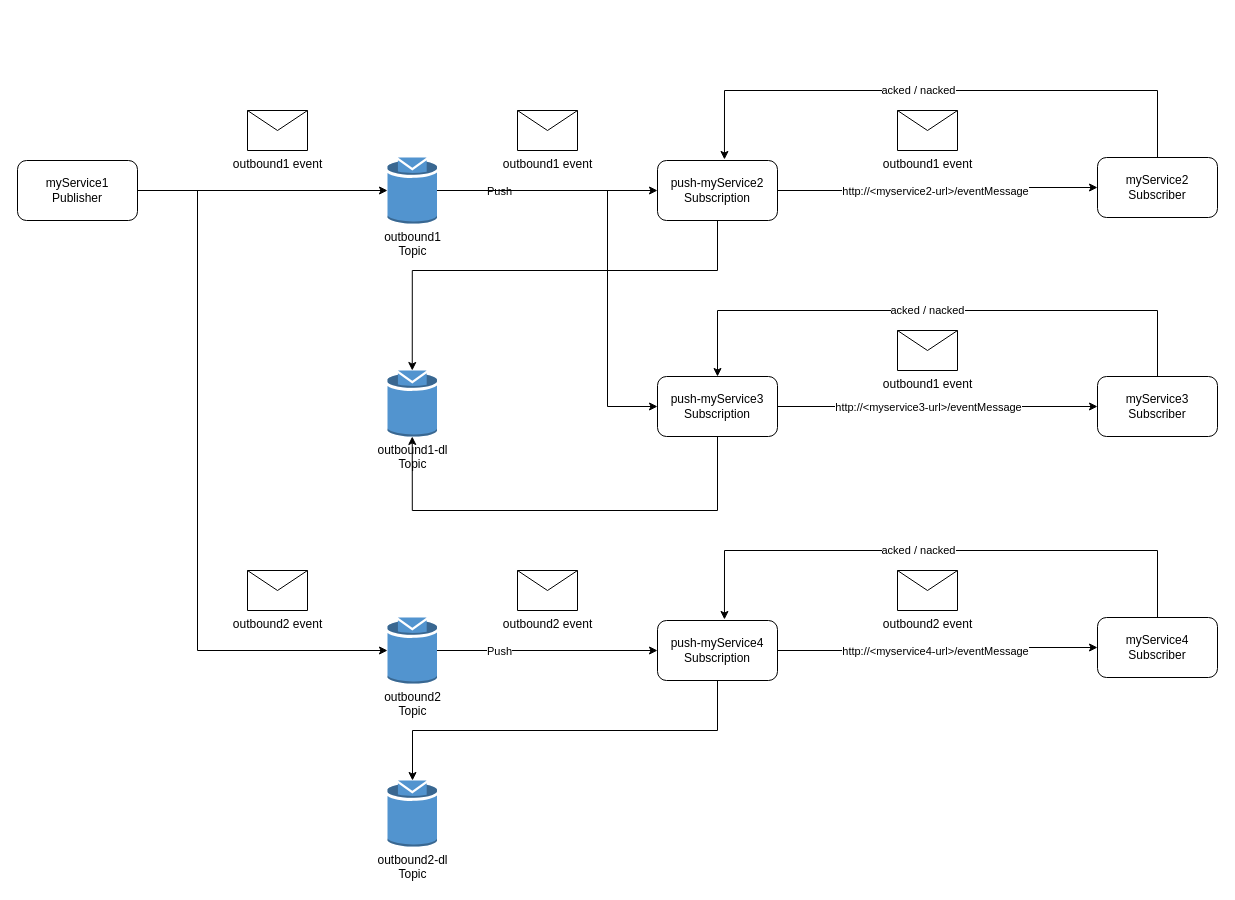
This is eventmessage-flow.drawio from lenny-osp/pubsub-workflow, a draw.io file, before an edit. Source tidied: cells renumbered, new cells numbered last; positions are measured from the earlier drawing's top-left corner, leaving out a move shared by most shapes. Both pictures are drawn from the tidied source at 100%, with x=0, y=0 at pixel (17, 90).
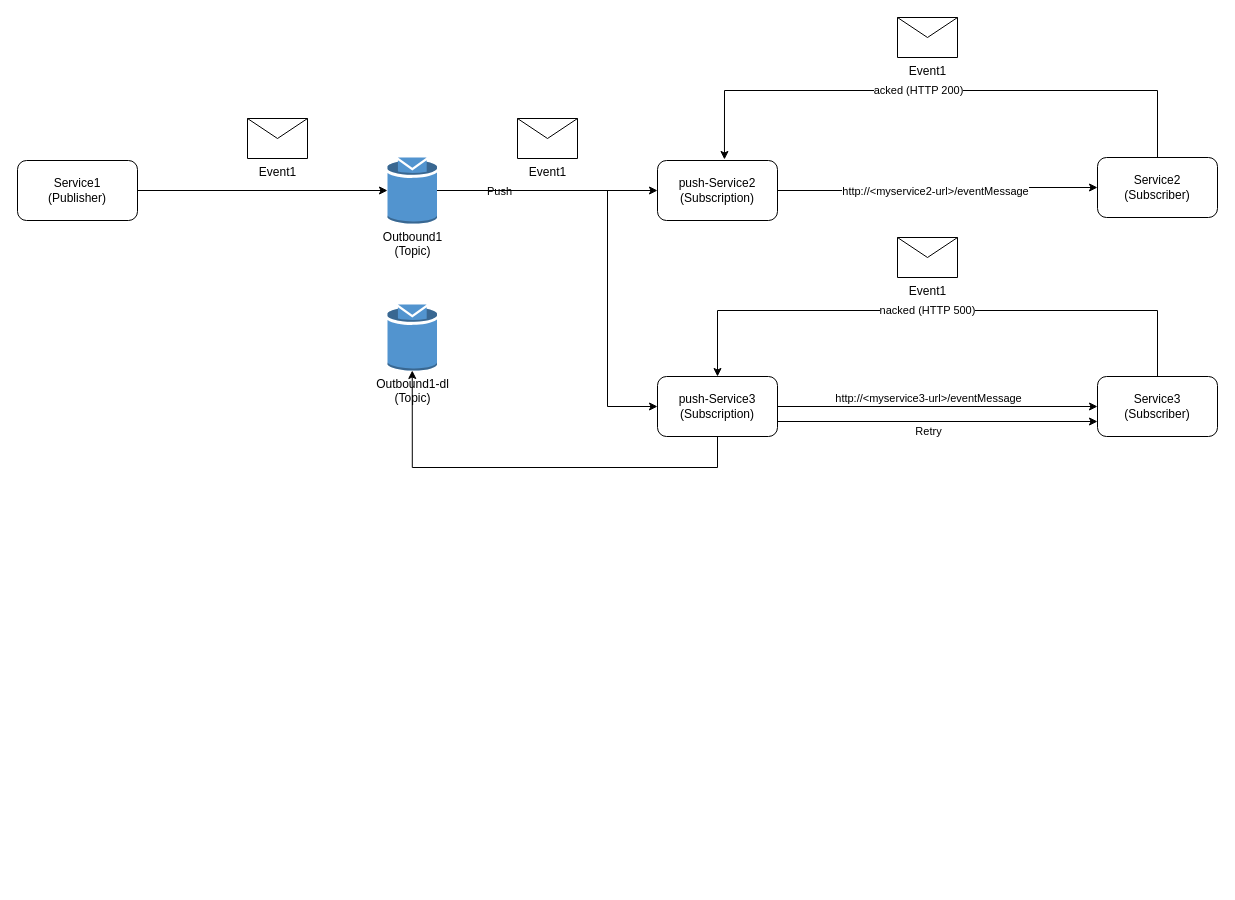
After the change.

Commit message (it also covers changes not shown here):
Added error-handling flow

Unchanged cells that the change refers to:
```xml
<mxCell id="15" style="edgeStyle=orthogonalEdgeStyle;rounded=0;jettySize=auto;html=1;entryX=0.558;entryY=-0.017;entryDx=0;entryDy=0;entryPerimeter=0;" parent="1" edge="1" source="13" target="11">
  <mxGeometry relative="1" as="geometry">
    <Array as="points">
      <mxPoint x="1140" />
      <mxPoint x="707" />
    </Array>
  </mxGeometry>
</mxCell>
<mxCell id="19" style="edgeStyle=orthogonalEdgeStyle;rounded=0;jettySize=auto;html=1;" parent="1" edge="1" source="21" target="24">
  <mxGeometry relative="1" as="geometry" />
</mxCell>
<mxCell id="22" style="edgeStyle=orthogonalEdgeStyle;rounded=0;jettySize=auto;html=1;entryX=0.5;entryY=0;entryDx=0;entryDy=0;" parent="1" edge="1" source="24" target="21">
  <mxGeometry relative="1" as="geometry">
    <Array as="points">
      <mxPoint x="1140" y="220" />
      <mxPoint x="700" y="220" />
    </Array>
  </mxGeometry>
</mxCell>
```

What changed in the source:
```diff
@@
-    <mxCell id="2" value="myService1&lt;br&gt;Publisher" style="rounded=1;whiteSpace=wrap;html=1;" parent="1" vertex="1">
+    <mxCell id="2" value="Service1&lt;br&gt;(Publisher)" style="rounded=1;whiteSpace=wrap;html=1;" parent="1" vertex="1">
       <mxGeometry y="70" width="120" height="60" as="geometry" />
     </mxCell>
@@
-    <mxCell id="6" value="outbound1&lt;br&gt;Topic" style="outlineConnect=0;dashed=0;verticalLabelPosition=bottom;verticalAlign=top;align=center;html=1;shape=mxgraph.aws3.topic;fillColor=#5294CF;gradientColor=none;" parent="1" vertex="1">
+    <mxCell id="6" value="Outbound1&lt;br&gt;(Topic)" style="outlineConnect=0;dashed=0;verticalLabelPosition=bottom;verticalAlign=top;align=center;html=1;shape=mxgraph.aws3.topic;fillColor=#5294CF;gradientColor=none;" parent="1" vertex="1">
       <mxGeometry x="370" y="67" width="49.5" height="66" as="geometry" />
     </mxCell>
@@
-    <mxCell id="8" value="outbound1 event" style="shape=message;html=1;html=1;labelPosition=center;verticalLabelPosition=bottom;align=center;verticalAlign=top;" parent="1" vertex="1">
-      <mxGeometry x="230" y="20" width="60" height="40" as="geometry" />
+    <mxCell id="8" value="Event1" style="shape=message;html=1;html=1;labelPosition=center;verticalLabelPosition=bottom;align=center;verticalAlign=top;" parent="1" vertex="1">
+      <mxGeometry x="230" y="28" width="60" height="40" as="geometry" />
     </mxCell>
@@
-    <mxCell id="11" value="push-myService2&lt;br&gt;Subscription" style="rounded=1;whiteSpace=wrap;html=1;" parent="1" vertex="1">
+    <mxCell id="11" value="push-Service2&lt;br&gt;(Subscription)" style="rounded=1;whiteSpace=wrap;html=1;" parent="1" vertex="1">
       <mxGeometry x="640" y="70" width="120" height="60" as="geometry" />
     </mxCell>
-    <mxCell id="12" value="outbound1 event" style="shape=message;html=1;html=1;labelPosition=center;verticalLabelPosition=bottom;align=center;verticalAlign=top;" parent="1" vertex="1">
-      <mxGeometry x="500" y="20" width="60" height="40" as="geometry" />
+    <mxCell id="12" value="Event1" style="shape=message;html=1;html=1;labelPosition=center;verticalLabelPosition=bottom;align=center;verticalAlign=top;" parent="1" vertex="1">
+      <mxGeometry x="500" y="28" width="60" height="40" as="geometry" />
     </mxCell>
-    <mxCell id="13" value="myService2&lt;br&gt;Subscriber" style="rounded=1;whiteSpace=wrap;html=1;" parent="1" vertex="1">
+    <mxCell id="13" value="Service2&lt;br&gt;(Subscriber)" style="rounded=1;whiteSpace=wrap;html=1;" parent="1" vertex="1">
       <mxGeometry x="1080" y="67" width="120" height="60" as="geometry" />
     </mxCell>
-    <mxCell id="14" value="outbound1 event" style="shape=message;html=1;html=1;labelPosition=center;verticalLabelPosition=bottom;align=center;verticalAlign=top;" parent="1" vertex="1">
-      <mxGeometry x="880" y="20" width="60" height="40" as="geometry" />
+    <mxCell id="14" value="Event1" style="shape=message;html=1;html=1;labelPosition=center;verticalLabelPosition=bottom;align=center;verticalAlign=top;" parent="1" vertex="1">
+      <mxGeometry x="880" y="-73" width="60" height="40" as="geometry" />
     </mxCell>
@@
-    <mxCell id="16" value="acked /&amp;nbsp;nacked" style="edgeLabel;html=1;align=center;verticalAlign=middle;" parent="15" vertex="1">
+    <mxCell id="16" value="acked (HTTP 200)" style="edgeLabel;html=1;align=center;verticalAlign=middle;" parent="15" vertex="1">
       <mxGeometry x="-0.12" y="-1" relative="1" as="geometry">
         <mxPoint x="-57" as="offset" />
       </mxGeometry>
     </mxCell>
-    <mxCell id="17" value="outbound1-dl&lt;br&gt;Topic" style="outlineConnect=0;dashed=0;verticalLabelPosition=bottom;verticalAlign=top;align=center;html=1;shape=mxgraph.aws3.topic;fillColor=#5294CF;gradientColor=none;" parent="1" vertex="1">
-      <mxGeometry x="370" y="280" width="49.5" height="66" as="geometry" />
-    </mxCell>
-    <mxCell id="18" style="edgeStyle=orthogonalEdgeStyle;rounded=0;jettySize=auto;html=1;entryX=0.5;entryY=0;entryDx=0;entryDy=0;entryPerimeter=0;exitX=0.5;exitY=1;exitDx=0;exitDy=0;" parent="1" edge="1" source="11" target="17">
-      <mxGeometry relative="1" as="geometry">
-        <Array as="points">
-          <mxPoint x="700" y="180" />
-          <mxPoint x="395" y="180" />
-        </Array>
-      </mxGeometry>
-    </mxCell>
@@
     <mxCell id="20" value="http://&amp;lt;myservice3-url&amp;gt;/eventMessage" style="edgeLabel;html=1;align=center;verticalAlign=middle;" parent="19" vertex="1">
       <mxGeometry x="-0.22" y="3" relative="1" as="geometry">
-        <mxPoint x="25" y="3" as="offset" />
+        <mxPoint x="25" y="-6" as="offset" />
       </mxGeometry>
     </mxCell>
+    <mxCell id="42" style="edgeStyle=orthogonalEdgeStyle;rounded=0;jettySize=auto;html=1;exitX=1;exitY=0.75;exitDx=0;exitDy=0;entryX=0;entryY=0.75;entryDx=0;entryDy=0;" parent="1" edge="1" source="21" target="24">
+      <mxGeometry relative="1" as="geometry" />
+    </mxCell>
+    <mxCell id="43" value="Retry" style="edgeLabel;html=1;align=center;verticalAlign=middle;" parent="42" vertex="1">
+      <mxGeometry x="-0.18" y="-4" relative="1" as="geometry">
+        <mxPoint x="19" y="5" as="offset" />
+      </mxGeometry>
+    </mxCell>
-    <mxCell id="21" value="push-myService3&lt;br style=&quot;border-color: var(--border-color);&quot;&gt;Subscription" style="rounded=1;whiteSpace=wrap;html=1;" parent="1" vertex="1">
+    <mxCell id="21" value="push-Service3&lt;br style=&quot;border-color: var(--border-color);&quot;&gt;(Subscription)" style="rounded=1;whiteSpace=wrap;html=1;" parent="1" vertex="1">
       <mxGeometry x="640" y="286" width="120" height="60" as="geometry" />
     </mxCell>
@@
-    <mxCell id="23" value="acked / nacked" style="edgeLabel;html=1;align=center;verticalAlign=middle;" parent="22" vertex="1">
+    <mxCell id="23" value="nacked (HTTP 500)" style="edgeLabel;html=1;align=center;verticalAlign=middle;" parent="22" vertex="1">
       <mxGeometry x="-0.26" y="-1" relative="1" as="geometry">
         <mxPoint x="-85" as="offset" />
       </mxGeometry>
     </mxCell>
-    <mxCell id="24" value="myService3&lt;br style=&quot;border-color: var(--border-color);&quot;&gt;Subscriber" style="rounded=1;whiteSpace=wrap;html=1;" parent="1" vertex="1">
+    <mxCell id="24" value="Service3&lt;br style=&quot;border-color: var(--border-color);&quot;&gt;(Subscriber)" style="rounded=1;whiteSpace=wrap;html=1;" parent="1" vertex="1">
       <mxGeometry x="1080" y="286" width="120" height="60" as="geometry" />
     </mxCell>
-    <mxCell id="25" value="outbound1 event" style="shape=message;html=1;html=1;labelPosition=center;verticalLabelPosition=bottom;align=center;verticalAlign=top;" parent="1" vertex="1">
-      <mxGeometry x="880" y="240" width="60" height="40" as="geometry" />
+    <mxCell id="25" value="Event1" style="shape=message;html=1;html=1;labelPosition=center;verticalLabelPosition=bottom;align=center;verticalAlign=top;" parent="1" vertex="1">
+      <mxGeometry x="880" y="147" width="60" height="40" as="geometry" />
     </mxCell>
     <mxCell id="26" style="edgeStyle=orthogonalEdgeStyle;rounded=0;jettySize=auto;html=1;entryX=0.5;entryY=1;entryDx=0;entryDy=0;entryPerimeter=0;" parent="1" edge="1" source="21" target="17">
       <mxGeometry relative="1" as="geometry">
         <Array as="points">
-          <mxPoint x="700" y="420" />
-          <mxPoint x="395" y="420" />
+          <mxPoint x="700" y="377" />
+          <mxPoint x="395" y="377" />
         </Array>
       </mxGeometry>
     </mxCell>
-    <mxCell id="27" style="edgeStyle=orthogonalEdgeStyle;rounded=0;jettySize=auto;html=1;entryX=0;entryY=0.5;entryDx=0;entryDy=0;" parent="1" edge="1" source="29" target="33">
-      <mxGeometry relative="1" as="geometry" />
-    </mxCell>
-    <mxCell id="28" value="Push" style="edgeLabel;html=1;align=center;verticalAlign=middle;" parent="27" vertex="1">
-      <mxGeometry x="-0.26" y="-1" relative="1" as="geometry">
-        <mxPoint x="-20" y="-1" as="offset" />
-      </mxGeometry>
-    </mxCell>
-    <mxCell id="29" value="outbound2&lt;br&gt;Topic" style="outlineConnect=0;dashed=0;verticalLabelPosition=bottom;verticalAlign=top;align=center;html=1;shape=mxgraph.aws3.topic;fillColor=#5294CF;gradientColor=none;" parent="1" vertex="1">
-      <mxGeometry x="370" y="527" width="49.5" height="66" as="geometry" />
-    </mxCell>
-    <mxCell id="30" style="edgeStyle=orthogonalEdgeStyle;rounded=0;jettySize=auto;html=1;" parent="1" edge="1" source="33" target="35">
-      <mxGeometry relative="1" as="geometry" />
-    </mxCell>
-    <mxCell id="31" value="http://&amp;lt;myservice4-url&amp;gt;/eventMessage" style="edgeLabel;html=1;align=center;verticalAlign=middle;" parent="30" vertex="1">
-      <mxGeometry x="-0.03" relative="1" as="geometry" />
-    </mxCell>
-    <mxCell id="32" style="edgeStyle=orthogonalEdgeStyle;rounded=0;jettySize=auto;html=1;" parent="1" edge="1" source="33" target="39">
-      <mxGeometry relative="1" as="geometry">
-        <Array as="points">
-          <mxPoint x="700" y="640" />
-          <mxPoint x="395" y="640" />
-        </Array>
-      </mxGeometry>
-    </mxCell>
-    <mxCell id="33" value="push-myService4&lt;br&gt;Subscription" style="rounded=1;whiteSpace=wrap;html=1;" parent="1" vertex="1">
-      <mxGeometry x="640" y="530" width="120" height="60" as="geometry" />
-    </mxCell>
-    <mxCell id="34" value="outbound2 event" style="shape=message;html=1;html=1;labelPosition=center;verticalLabelPosition=bottom;align=center;verticalAlign=top;" parent="1" vertex="1">
-      <mxGeometry x="500" y="480" width="60" height="40" as="geometry" />
-    </mxCell>
-    <mxCell id="35" value="myService4&lt;br&gt;Subscriber" style="rounded=1;whiteSpace=wrap;html=1;" parent="1" vertex="1">
-      <mxGeometry x="1080" y="527" width="120" height="60" as="geometry" />
-    </mxCell>
-    <mxCell id="36" value="outbound2 event" style="shape=message;html=1;html=1;labelPosition=center;verticalLabelPosition=bottom;align=center;verticalAlign=top;" parent="1" vertex="1">
-      <mxGeometry x="880" y="480" width="60" height="40" as="geometry" />
-    </mxCell>
-    <mxCell id="37" style="edgeStyle=orthogonalEdgeStyle;rounded=0;jettySize=auto;html=1;entryX=0.558;entryY=-0.017;entryDx=0;entryDy=0;entryPerimeter=0;" parent="1" edge="1" source="35" target="33">
-      <mxGeometry relative="1" as="geometry">
-        <Array as="points">
-          <mxPoint x="1140" y="460" />
-          <mxPoint x="707" y="460" />
-        </Array>
-      </mxGeometry>
-    </mxCell>
-    <mxCell id="38" value="acked /&amp;nbsp;nacked" style="edgeLabel;html=1;align=center;verticalAlign=middle;" parent="37" vertex="1">
-      <mxGeometry x="-0.12" y="-1" relative="1" as="geometry">
-        <mxPoint x="-57" as="offset" />
-      </mxGeometry>
-    </mxCell>
-    <mxCell id="39" value="outbound2-dl&lt;br&gt;Topic" style="outlineConnect=0;dashed=0;verticalLabelPosition=bottom;verticalAlign=top;align=center;html=1;shape=mxgraph.aws3.topic;fillColor=#5294CF;gradientColor=none;" parent="1" vertex="1">
-      <mxGeometry x="370" y="690" width="49.5" height="66" as="geometry" />
-    </mxCell>
-    <mxCell id="40" style="edgeStyle=orthogonalEdgeStyle;rounded=0;jettySize=auto;html=1;entryX=0;entryY=0.5;entryDx=0;entryDy=0;entryPerimeter=0;" parent="1" edge="1" source="2" target="29">
-      <mxGeometry relative="1" as="geometry">
-        <Array as="points">
-          <mxPoint x="180" y="100" />
-          <mxPoint x="180" y="560" />
-        </Array>
-      </mxGeometry>
-    </mxCell>
-    <mxCell id="41" value="outbound2 event" style="shape=message;html=1;html=1;labelPosition=center;verticalLabelPosition=bottom;align=center;verticalAlign=top;" parent="1" vertex="1">
-      <mxGeometry x="230" y="480" width="60" height="40" as="geometry" />
-    </mxCell>
+    <mxCell id="17" value="Outbound1-dl&lt;br&gt;(Topic)" style="outlineConnect=0;dashed=0;verticalLabelPosition=bottom;verticalAlign=top;align=center;html=1;shape=mxgraph.aws3.topic;fillColor=#5294CF;gradientColor=none;" parent="1" vertex="1">
+      <mxGeometry x="370" y="214" width="49.5" height="66" as="geometry" />
+    </mxCell>
```
